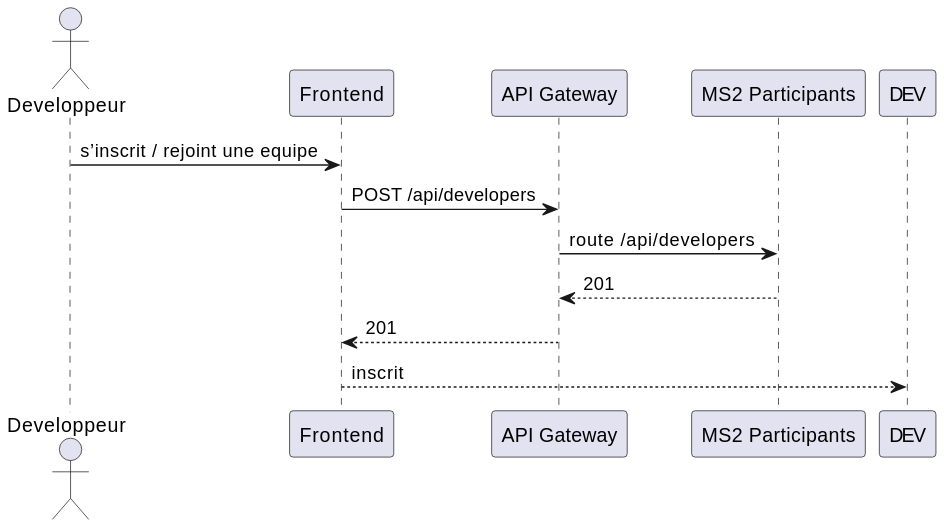
Earlier version of the PlantUML export docs/Diagrams/Participants/ms2-participants-sequence.svg (reemslama/mini-projet-web).
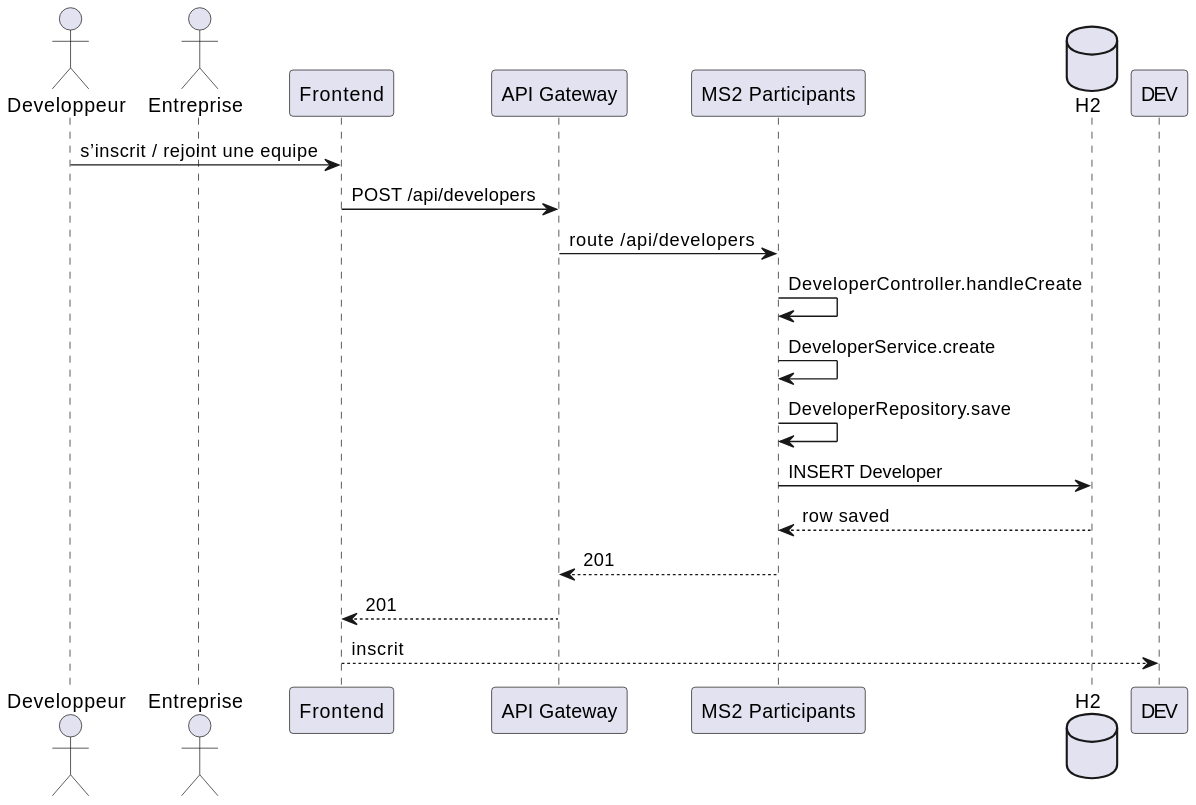
The same diagram one commit later.

Change to the diagram source:
```diff
@@ -1,12 +1,21 @@
 @startuml
+skinparam backgroundColor #FFFFFF
 actor Developpeur
+actor Entreprise
+
 participant "Frontend" as FE
 participant "API Gateway" as GW
 participant "MS2 Participants" as MS2
+database "H2" as DB
 
 Developpeur -> FE : s’inscrit / rejoint une equipe
 FE -> GW : POST /api/developers
 GW -> MS2 : route /api/developers
+MS2 -> MS2 : DeveloperController.handleCreate
+MS2 -> MS2 : DeveloperService.create
+MS2 -> MS2 : DeveloperRepository.save
+MS2 -> DB : INSERT Developer
+DB --> MS2 : row saved
 MS2 --> GW : 201
 GW --> FE : 201
 FE --> DEV : inscrit
```
